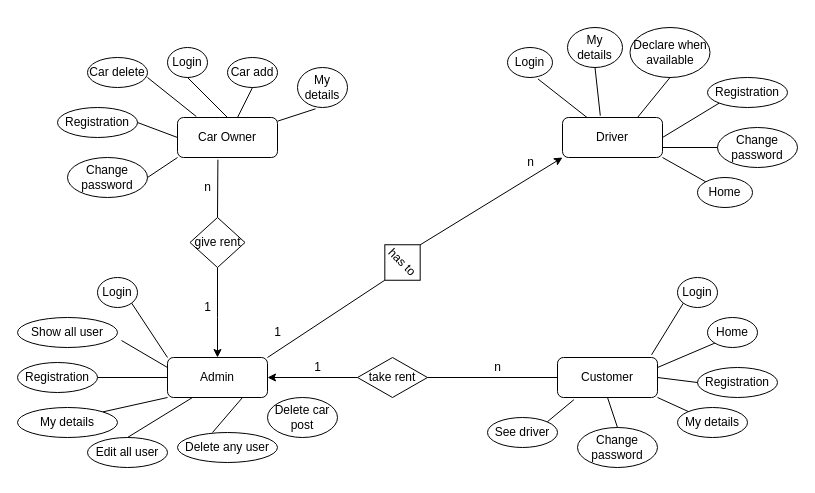
msashoyeb/Vehicle-Rental-Application- keeps this draw.io diagram as Mid Project/Updated ER Diagram Vehicle Rental Application.drawio. Above is the earlier version. Source tidied: cells renumbered, new cells numbered last; positions are measured from the earlier drawing's top-left corner, leaving out a move shared by most shapes. Both pictures are drawn from the tidied source at 100%, with x=0, y=0 at pixel (17, 27).
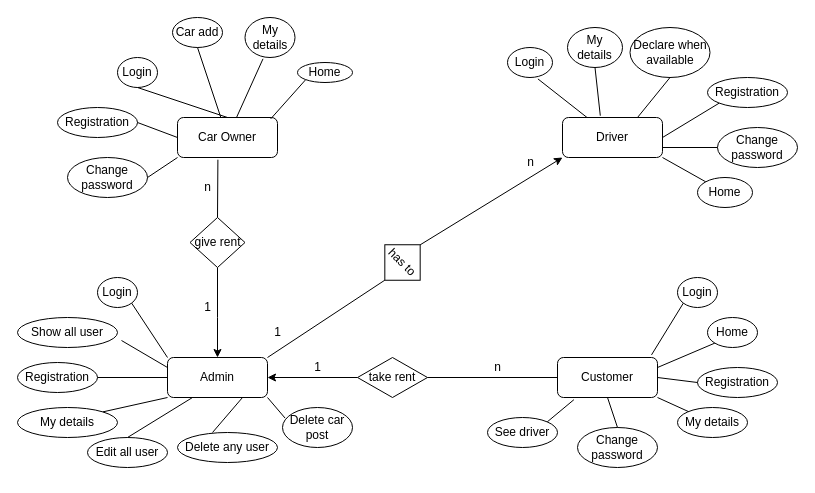
Above is the later version.

Unchanged cells that the change refers to:
```xml
<mxCell id="2" value="Car Owner" style="rounded=1;whiteSpace=wrap;html=1;" parent="1" vertex="1">
  <mxGeometry x="160" y="90" width="100" height="40" as="geometry" />
</mxCell>
<mxCell id="3" value="Admin" style="rounded=1;whiteSpace=wrap;html=1;" parent="1" vertex="1">
  <mxGeometry x="150" y="330" width="100" height="40" as="geometry" />
</mxCell>
```

Diff of the diagram source:
```diff
@@
     <mxCell id="6" value="Login" style="ellipse;whiteSpace=wrap;html=1;" parent="1" vertex="1">
-      <mxGeometry x="150" y="20" width="40" height="30" as="geometry" />
+      <mxGeometry x="100" y="30" width="40" height="30" as="geometry" />
     </mxCell>
@@
     <mxCell id="17" value="Car add" style="ellipse;whiteSpace=wrap;html=1;" parent="1" vertex="1">
-      <mxGeometry x="210" y="30" width="50" height="30" as="geometry" />
+      <mxGeometry x="155" y="-10" width="50" height="30" as="geometry" />
     </mxCell>
-    <mxCell id="18" value="Car delete" style="ellipse;whiteSpace=wrap;html=1;" parent="1" vertex="1">
-      <mxGeometry x="70" y="30" width="60" height="30" as="geometry" />
-    </mxCell>
     <mxCell id="19" value="My details" style="ellipse;whiteSpace=wrap;html=1;" parent="1" vertex="1">
-      <mxGeometry x="280" y="40" width="50" height="40" as="geometry" />
+      <mxGeometry x="227.5" y="-10" width="50" height="40" as="geometry" />
     </mxCell>
@@
-    <mxCell id="32" style="endArrow=none;html=1;rounded=0;exitX=0.188;exitY=-0.025;exitDx=0;exitDy=0;exitPerimeter=0;" parent="1" edge="1" source="2">
-      <mxGeometry relative="1" as="geometry">
-        <mxPoint x="130" y="50" as="targetPoint" />
-      </mxGeometry>
-    </mxCell>
@@
     <mxCell id="71" value="Delete car post" style="ellipse;whiteSpace=wrap;html=1;" parent="1" vertex="1">
-      <mxGeometry x="250" y="370" width="70" height="40" as="geometry" />
+      <mxGeometry x="265" y="380" width="70" height="40" as="geometry" />
     </mxCell>
+    <mxCell id="72" style="endArrow=none;html=1;rounded=0;entryX=1;entryY=1;entryDx=0;entryDy=0;exitX=0.037;exitY=0.265;exitDx=0;exitDy=0;exitPerimeter=0;" parent="1" edge="1" source="71" target="3">
+      <mxGeometry relative="1" as="geometry" />
+    </mxCell>
+    <mxCell id="73" value="Home" style="ellipse;whiteSpace=wrap;html=1;" parent="1" vertex="1">
+      <mxGeometry x="280" y="35" width="55" height="20" as="geometry" />
+    </mxCell>
+    <mxCell id="74" style="endArrow=none;html=1;rounded=0;entryX=0;entryY=1;entryDx=0;entryDy=0;exitX=0.932;exitY=0.035;exitDx=0;exitDy=0;exitPerimeter=0;" parent="1" edge="1" source="2" target="73">
+      <mxGeometry relative="1" as="geometry" />
+    </mxCell>
```
